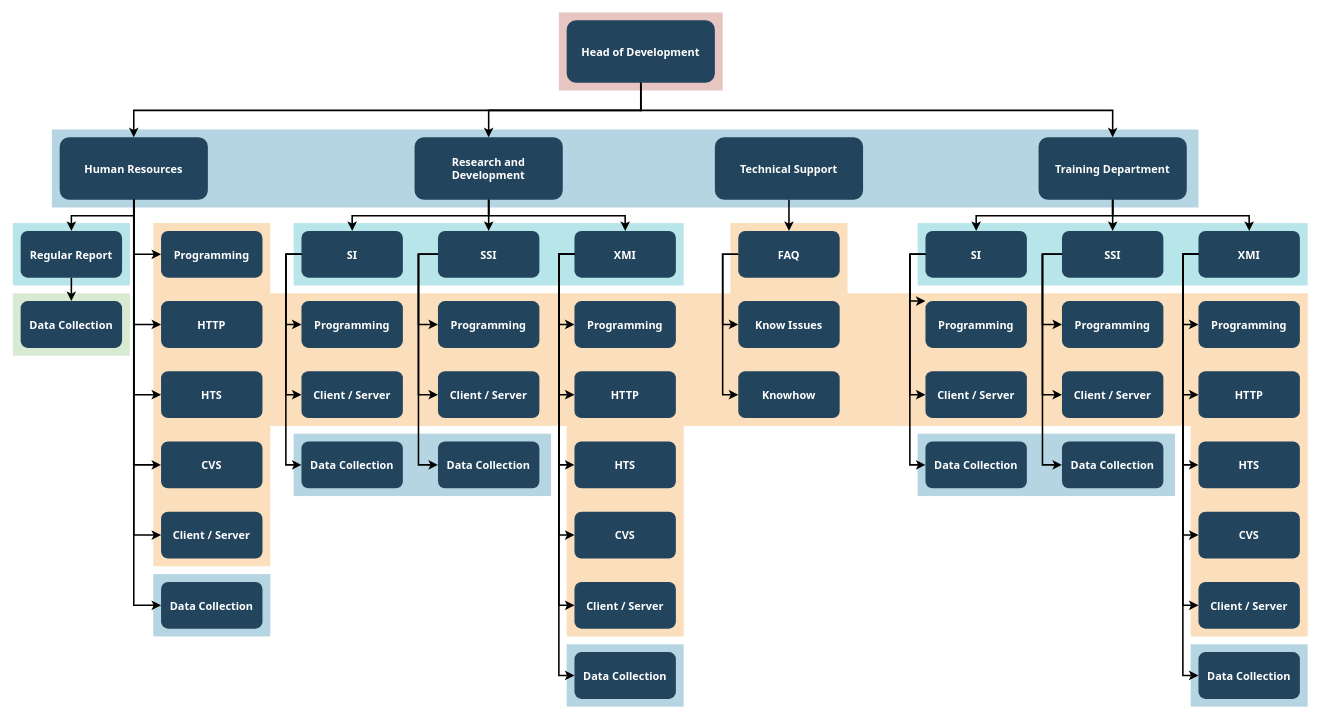
H0ngQuang/TTCS keeps this draw.io diagram as Biểu đồ không có tiêu đề.drawio. Above is the earlier version. Source tidied: cells renumbered, new cells numbered last; positions are measured from the earlier drawing's top-left corner, leaving out a move shared by most shapes. Both pictures are drawn from the tidied source at 78%, with x=0, y=0 at pixel (12, 12).
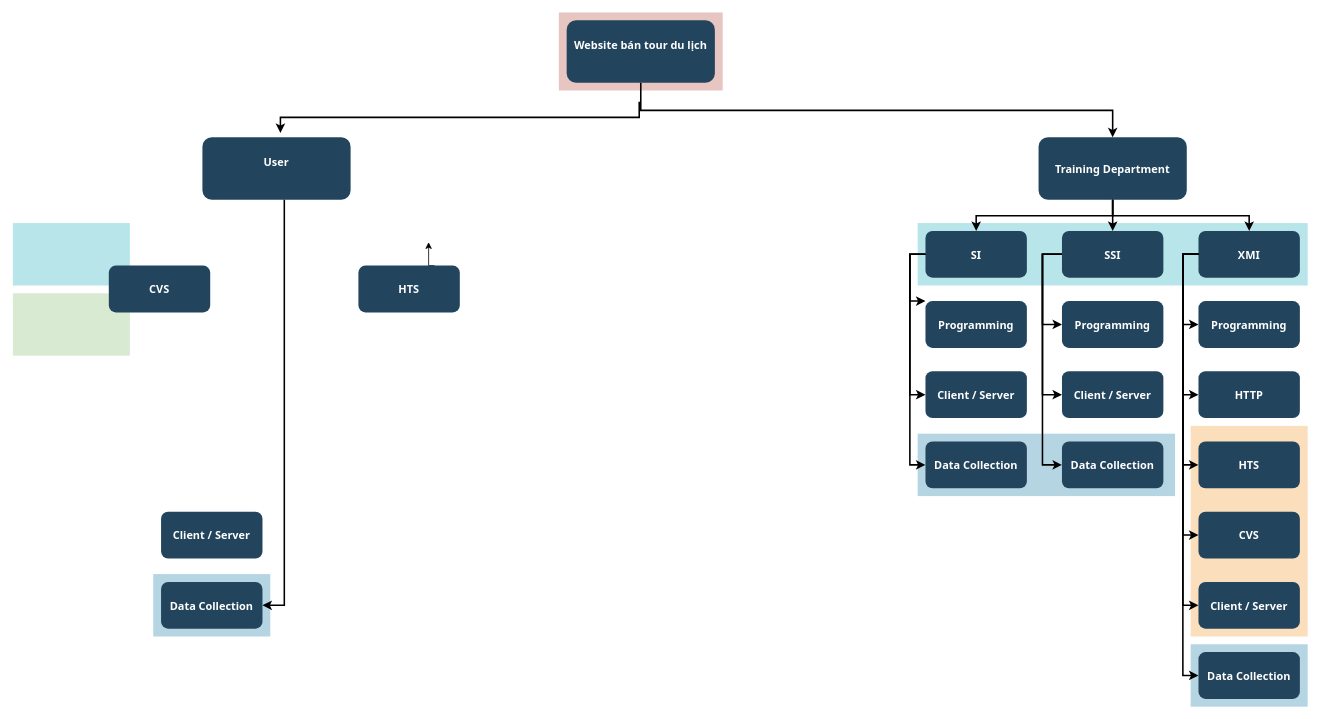
Above is the later version.

Commit message:
Cập nhật Biểu đồ không có tiêu đề.drawio

Unchanged cells that the change refers to:
```xml
<mxCell id="30" value="Client / Server" style="rounded=1;fillColor=#23445D;gradientColor=none;strokeColor=none;fontColor=#FFFFFF;fontStyle=1;fontFamily=Tahoma;fontSize=14;" parent="1" vertex="1">
  <mxGeometry x="190" y="639.5" width="130" height="60" as="geometry" />
</mxCell>
<mxCell id="31" value="Data Collection" style="rounded=1;fillColor=#23445D;gradientColor=none;strokeColor=none;fontColor=#FFFFFF;fontStyle=1;fontFamily=Tahoma;fontSize=14;" parent="1" vertex="1">
  <mxGeometry x="190" y="729.5" width="130" height="60" as="geometry" />
</mxCell>
```

Diff of the diagram source:
```diff
@@
-    <mxCell id="3" style="fillColor=#10739E;strokeColor=none;opacity=30;" parent="1" vertex="1">
-      <mxGeometry x="50" y="149.5" width="1470" height="100" as="geometry" />
-    </mxCell>
@@
-    <mxCell id="5" style="fillColor=#F2931E;strokeColor=none;opacity=30;" parent="1" vertex="1">
-      <mxGeometry x="920" y="269.5" width="150" height="90" as="geometry" />
-    </mxCell>
-    <mxCell id="6" style="fillColor=#F2931E;strokeColor=none;opacity=30;" parent="1" vertex="1">
-      <mxGeometry x="710" y="529.5" width="150" height="270" as="geometry" />
-    </mxCell>
-    <mxCell id="7" style="fillColor=#F2931E;strokeColor=none;opacity=30;" parent="1" vertex="1">
-      <mxGeometry x="180" y="269.5" width="150" height="440" as="geometry" />
-    </mxCell>
-    <mxCell id="8" style="fillColor=#F2931E;strokeColor=none;opacity=30;" parent="1" vertex="1">
-      <mxGeometry x="330" y="359.5" width="1330" height="170" as="geometry" />
-    </mxCell>
@@
-    <mxCell id="11" style="fillColor=#10739E;strokeColor=none;opacity=30;" parent="1" vertex="1">
-      <mxGeometry x="710" y="809.5" width="150" height="80" as="geometry" />
-    </mxCell>
-    <mxCell id="12" style="fillColor=#10739E;strokeColor=none;opacity=30;" parent="1" vertex="1">
-      <mxGeometry x="360" y="539.5" width="330" height="80" as="geometry" />
-    </mxCell>
@@
-    <mxCell id="16" style="fillColor=#12AAB5;strokeColor=none;opacity=30;" parent="1" vertex="1">
-      <mxGeometry x="360" y="269.5" width="500" height="80" as="geometry" />
-    </mxCell>
@@
-    <mxCell id="18" value="Head of Development" style="rounded=1;fillColor=#23445D;gradientColor=none;strokeColor=none;fontColor=#FFFFFF;fontStyle=1;fontFamily=Tahoma;fontSize=14;" parent="1" vertex="1">
+    <mxCell id="18" value="Website bán tour du lịch&#10;" style="rounded=1;fillColor=#23445D;gradientColor=none;strokeColor=none;fontColor=#FFFFFF;fontStyle=1;fontFamily=Tahoma;fontSize=14;" parent="1" vertex="1">
       <mxGeometry x="710" y="9.5" width="190" height="80" as="geometry" />
     </mxCell>
@@
-    <mxCell id="21" value="Technical Support" style="rounded=1;fillColor=#23445D;gradientColor=none;strokeColor=none;fontColor=#FFFFFF;fontStyle=1;fontFamily=Tahoma;fontSize=14;" parent="1" vertex="1">
-      <mxGeometry x="900" y="159.5" width="190" height="80" as="geometry" />
-    </mxCell>
-    <mxCell id="22" value="Research and &#10;Development" style="rounded=1;fillColor=#23445D;gradientColor=none;strokeColor=none;fontColor=#FFFFFF;fontStyle=1;fontFamily=Tahoma;fontSize=14;" parent="1" vertex="1">
-      <mxGeometry x="515" y="159.5" width="190" height="80" as="geometry" />
-    </mxCell>
-    <mxCell id="23" value="Human Resources" style="rounded=1;fillColor=#23445D;gradientColor=none;strokeColor=none;fontColor=#FFFFFF;fontStyle=1;fontFamily=Tahoma;fontSize=14;" parent="1" vertex="1">
-      <mxGeometry x="60" y="159.5" width="190" height="80" as="geometry" />
+    <mxCell id="23" value="User&#10;" style="rounded=1;fillColor=#23445D;gradientColor=none;strokeColor=none;fontColor=#FFFFFF;fontStyle=1;fontFamily=Tahoma;fontSize=14;" parent="1" vertex="1">
+      <mxGeometry x="243" y="159.5" width="190" height="80" as="geometry" />
     </mxCell>
-    <mxCell id="24" value="Regular Report" style="rounded=1;fillColor=#23445D;gradientColor=none;strokeColor=none;fontColor=#FFFFFF;fontStyle=1;fontFamily=Tahoma;fontSize=14;" parent="1" vertex="1">
-      <mxGeometry x="10" y="279.5" width="130" height="60" as="geometry" />
-    </mxCell>
-    <mxCell id="25" value="Data Collection" style="rounded=1;fillColor=#23445D;gradientColor=none;strokeColor=none;fontColor=#FFFFFF;fontStyle=1;fontFamily=Tahoma;fontSize=14;" parent="1" vertex="1">
-      <mxGeometry x="10" y="369.5" width="130" height="60" as="geometry" />
-    </mxCell>
-    <mxCell id="26" value="Programming" style="rounded=1;fillColor=#23445D;gradientColor=none;strokeColor=none;fontColor=#FFFFFF;fontStyle=1;fontFamily=Tahoma;fontSize=14;" parent="1" vertex="1">
-      <mxGeometry x="190" y="279.5" width="130" height="60" as="geometry" />
-    </mxCell>
-    <mxCell id="27" value="HTTP" style="rounded=1;fillColor=#23445D;gradientColor=none;strokeColor=none;fontColor=#FFFFFF;fontStyle=1;fontFamily=Tahoma;fontSize=14;" parent="1" vertex="1">
-      <mxGeometry x="190" y="369.5" width="130" height="60" as="geometry" />
-    </mxCell>
+    <mxCell id="108" style="edgeStyle=orthogonalEdgeStyle;rounded=0;jettySize=auto;html=1;exitX=0.75;exitY=0;exitDx=0;exitDy=0;" parent="1" edge="1" source="28">
+      <mxGeometry relative="1" as="geometry">
+        <mxPoint x="533" y="294" as="targetPoint" />
+      </mxGeometry>
+    </mxCell>
     <mxCell id="28" value="HTS" style="rounded=1;fillColor=#23445D;gradientColor=none;strokeColor=none;fontColor=#FFFFFF;fontStyle=1;fontFamily=Tahoma;fontSize=14;" parent="1" vertex="1">
-      <mxGeometry x="190" y="459.5" width="130" height="60" as="geometry" />
+      <mxGeometry x="443" y="324" width="130" height="60" as="geometry" />
     </mxCell>
     <mxCell id="29" value="CVS" style="rounded=1;fillColor=#23445D;gradientColor=none;strokeColor=none;fontColor=#FFFFFF;fontStyle=1;fontFamily=Tahoma;fontSize=14;" parent="1" vertex="1">
-      <mxGeometry x="190" y="549.5" width="130" height="60" as="geometry" />
+      <mxGeometry x="123" y="324" width="130" height="60" as="geometry" />
     </mxCell>
@@
-    <mxCell id="32" value="SI" style="rounded=1;fillColor=#23445D;gradientColor=none;strokeColor=none;fontColor=#FFFFFF;fontStyle=1;fontFamily=Tahoma;fontSize=14;" parent="1" vertex="1">
-      <mxGeometry x="370" y="279.5" width="130" height="60" as="geometry" />
-    </mxCell>
-    <mxCell id="33" value="Programming" style="rounded=1;fillColor=#23445D;gradientColor=none;strokeColor=none;fontColor=#FFFFFF;fontStyle=1;fontFamily=Tahoma;fontSize=14;" parent="1" vertex="1">
-      <mxGeometry x="370" y="369.5" width="130" height="60" as="geometry" />
-    </mxCell>
-    <mxCell id="34" value="Client / Server" style="rounded=1;fillColor=#23445D;gradientColor=none;strokeColor=none;fontColor=#FFFFFF;fontStyle=1;fontFamily=Tahoma;fontSize=14;" parent="1" vertex="1">
-      <mxGeometry x="370" y="459.5" width="130" height="60" as="geometry" />
-    </mxCell>
-    <mxCell id="35" value="Data Collection" style="rounded=1;fillColor=#23445D;gradientColor=none;strokeColor=none;fontColor=#FFFFFF;fontStyle=1;fontFamily=Tahoma;fontSize=14;" parent="1" vertex="1">
-      <mxGeometry x="370" y="549.5" width="130" height="60" as="geometry" />
-    </mxCell>
-    <mxCell id="36" value="SSI" style="rounded=1;fillColor=#23445D;gradientColor=none;strokeColor=none;fontColor=#FFFFFF;fontStyle=1;fontFamily=Tahoma;fontSize=14;" parent="1" vertex="1">
-      <mxGeometry x="545" y="279.5" width="130" height="60" as="geometry" />
-    </mxCell>
-    <mxCell id="37" value="Programming" style="rounded=1;fillColor=#23445D;gradientColor=none;strokeColor=none;fontColor=#FFFFFF;fontStyle=1;fontFamily=Tahoma;fontSize=14;" parent="1" vertex="1">
-      <mxGeometry x="545" y="369.5" width="130" height="60" as="geometry" />
-    </mxCell>
-    <mxCell id="38" value="Client / Server" style="rounded=1;fillColor=#23445D;gradientColor=none;strokeColor=none;fontColor=#FFFFFF;fontStyle=1;fontFamily=Tahoma;fontSize=14;" parent="1" vertex="1">
-      <mxGeometry x="545" y="459.5" width="130" height="60" as="geometry" />
-    </mxCell>
-    <mxCell id="39" value="Data Collection" style="rounded=1;fillColor=#23445D;gradientColor=none;strokeColor=none;fontColor=#FFFFFF;fontStyle=1;fontFamily=Tahoma;fontSize=14;" parent="1" vertex="1">
-      <mxGeometry x="545" y="549.5" width="130" height="60" as="geometry" />
-    </mxCell>
-    <mxCell id="40" value="XMI" style="rounded=1;fillColor=#23445D;gradientColor=none;strokeColor=none;fontColor=#FFFFFF;fontStyle=1;fontFamily=Tahoma;fontSize=14;" parent="1" vertex="1">
-      <mxGeometry x="720" y="279.5" width="130" height="60" as="geometry" />
-    </mxCell>
-    <mxCell id="41" value="Programming" style="rounded=1;fillColor=#23445D;gradientColor=none;strokeColor=none;fontColor=#FFFFFF;fontStyle=1;fontFamily=Tahoma;fontSize=14;" parent="1" vertex="1">
-      <mxGeometry x="720" y="369.5" width="130" height="60" as="geometry" />
-    </mxCell>
-    <mxCell id="42" value="HTTP" style="rounded=1;fillColor=#23445D;gradientColor=none;strokeColor=none;fontColor=#FFFFFF;fontStyle=1;fontFamily=Tahoma;fontSize=14;" parent="1" vertex="1">
-      <mxGeometry x="720" y="459.5" width="130" height="60" as="geometry" />
-    </mxCell>
-    <mxCell id="43" value="HTS" style="rounded=1;fillColor=#23445D;gradientColor=none;strokeColor=none;fontColor=#FFFFFF;fontStyle=1;fontFamily=Tahoma;fontSize=14;" parent="1" vertex="1">
-      <mxGeometry x="720" y="549.5" width="130" height="60" as="geometry" />
-    </mxCell>
-    <mxCell id="44" value="CVS" style="rounded=1;fillColor=#23445D;gradientColor=none;strokeColor=none;fontColor=#FFFFFF;fontStyle=1;fontFamily=Tahoma;fontSize=14;" parent="1" vertex="1">
-      <mxGeometry x="720" y="639.5" width="130" height="60" as="geometry" />
-    </mxCell>
-    <mxCell id="45" value="Client / Server" style="rounded=1;fillColor=#23445D;gradientColor=none;strokeColor=none;fontColor=#FFFFFF;fontStyle=1;fontFamily=Tahoma;fontSize=14;" parent="1" vertex="1">
-      <mxGeometry x="720" y="729.5" width="130" height="60" as="geometry" />
-    </mxCell>
-    <mxCell id="46" value="Data Collection" style="rounded=1;fillColor=#23445D;gradientColor=none;strokeColor=none;fontColor=#FFFFFF;fontStyle=1;fontFamily=Tahoma;fontSize=14;" parent="1" vertex="1">
-      <mxGeometry x="720" y="819.5" width="130" height="60" as="geometry" />
-    </mxCell>
-    <mxCell id="47" value="FAQ" style="rounded=1;fillColor=#23445D;gradientColor=none;strokeColor=none;fontColor=#FFFFFF;fontStyle=1;fontFamily=Tahoma;fontSize=14;" parent="1" vertex="1">
-      <mxGeometry x="930" y="279.5" width="130" height="60" as="geometry" />
-    </mxCell>
-    <mxCell id="48" value="Know Issues" style="rounded=1;fillColor=#23445D;gradientColor=none;strokeColor=none;fontColor=#FFFFFF;fontStyle=1;fontFamily=Tahoma;fontSize=14;" parent="1" vertex="1">
-      <mxGeometry x="930" y="369.5" width="130" height="60" as="geometry" />
-    </mxCell>
-    <mxCell id="49" value="Knowhow" style="rounded=1;fillColor=#23445D;gradientColor=none;strokeColor=none;fontColor=#FFFFFF;fontStyle=1;fontFamily=Tahoma;fontSize=14;" parent="1" vertex="1">
-      <mxGeometry x="930" y="459.5" width="130" height="60" as="geometry" />
-    </mxCell>
@@
-    <mxCell id="65" style="edgeStyle=elbowEdgeStyle;elbow=vertical;strokeWidth=2;rounded=0;" parent="1" edge="1" source="18" target="22">
-      <mxGeometry x="347" y="225.5" as="geometry" />
-    </mxCell>
-    <mxCell id="66" style="edgeStyle=elbowEdgeStyle;elbow=vertical;strokeWidth=2;rounded=0;" parent="1" edge="1" source="18" target="23">
-      <mxGeometry x="-23" y="135.5" as="geometry" />
+    <mxCell id="66" style="edgeStyle=elbowEdgeStyle;elbow=vertical;strokeWidth=2;rounded=0;" parent="1" edge="1">
+      <mxGeometry x="-23" y="135.5" as="geometry">
+        <mxPoint x="803" y="114" as="sourcePoint" />
+        <mxPoint x="343" y="154" as="targetPoint" />
+      </mxGeometry>
     </mxCell>
-    <mxCell id="67" style="edgeStyle=elbowEdgeStyle;elbow=vertical;strokeWidth=2;rounded=0;" parent="1" edge="1" source="23" target="24">
-      <mxGeometry x="-23" y="135.5" as="geometry" />
-    </mxCell>
-    <mxCell id="68" style="edgeStyle=elbowEdgeStyle;elbow=horizontal;strokeWidth=2;rounded=0;" parent="1" edge="1" source="23" target="26">
-      <mxGeometry x="-23" y="135.5" as="geometry">
-        <Array as="points">
-          <mxPoint x="155" y="259.5" />
-        </Array>
-      </mxGeometry>
-    </mxCell>
-    <mxCell id="69" style="edgeStyle=elbowEdgeStyle;elbow=horizontal;strokeWidth=2;rounded=0;" parent="1" edge="1" source="23" target="27">
-      <mxGeometry x="-23" y="135.5" as="geometry">
-        <Array as="points">
-          <mxPoint x="155" y="299.5" />
-        </Array>
-      </mxGeometry>
-    </mxCell>
-    <mxCell id="70" style="edgeStyle=elbowEdgeStyle;elbow=horizontal;strokeWidth=2;rounded=0;" parent="1" edge="1" source="23" target="28">
-      <mxGeometry x="-23" y="135.5" as="geometry">
-        <Array as="points">
-          <mxPoint x="155" y="349.5" />
-        </Array>
-      </mxGeometry>
-    </mxCell>
-    <mxCell id="71" style="edgeStyle=elbowEdgeStyle;elbow=horizontal;strokeWidth=2;rounded=0;" parent="1" edge="1" source="23" target="29">
-      <mxGeometry x="-23" y="135.5" as="geometry">
-        <Array as="points">
-          <mxPoint x="155" y="399.5" />
-        </Array>
-      </mxGeometry>
-    </mxCell>
-    <mxCell id="72" style="edgeStyle=elbowEdgeStyle;elbow=horizontal;strokeWidth=2;rounded=0;" parent="1" edge="1" source="23" target="30">
-      <mxGeometry x="-23" y="135.5" as="geometry">
-        <Array as="points">
-          <mxPoint x="155" y="439.5" />
-        </Array>
-      </mxGeometry>
-    </mxCell>
     <mxCell id="73" style="edgeStyle=elbowEdgeStyle;elbow=horizontal;strokeWidth=2;rounded=0;" parent="1" edge="1" source="23" target="31">
       <mxGeometry x="-23" y="135.5" as="geometry">
         <Array as="points">
+          <mxPoint x="348" y="254" />
           <mxPoint x="155" y="489.5" />
         </Array>
       </mxGeometry>
     </mxCell>
-    <mxCell id="74" style="edgeStyle=elbowEdgeStyle;elbow=horizontal;strokeWidth=2;rounded=0;" parent="1" edge="1" source="32" target="33">
-      <mxGeometry x="-23" y="135.5" as="geometry">
-        <Array as="points">
-          <mxPoint x="350" y="359.5" />
-        </Array>
-      </mxGeometry>
-    </mxCell>
-    <mxCell id="75" style="edgeStyle=elbowEdgeStyle;elbow=horizontal;strokeWidth=2;rounded=0;" parent="1" edge="1" source="32" target="34">
-      <mxGeometry x="-23" y="135.5" as="geometry">
-        <Array as="points">
-          <mxPoint x="350" y="399.5" />
-        </Array>
-      </mxGeometry>
-    </mxCell>
-    <mxCell id="76" style="edgeStyle=elbowEdgeStyle;elbow=horizontal;strokeWidth=2;rounded=0;" parent="1" edge="1" source="32" target="35">
-      <mxGeometry x="-23" y="135.5" as="geometry">
-        <Array as="points">
-          <mxPoint x="350" y="439.5" />
-        </Array>
-      </mxGeometry>
-    </mxCell>
-    <mxCell id="77" style="edgeStyle=elbowEdgeStyle;elbow=horizontal;strokeWidth=2;rounded=0;" parent="1" edge="1" source="36" target="37">
-      <mxGeometry x="-23" y="135.5" as="geometry">
-        <Array as="points">
-          <mxPoint x="520" y="359.5" />
-        </Array>
-      </mxGeometry>
-    </mxCell>
-    <mxCell id="78" style="edgeStyle=elbowEdgeStyle;elbow=horizontal;strokeWidth=2;rounded=0;" parent="1" edge="1" source="36" target="38">
-      <mxGeometry x="-23" y="135.5" as="geometry">
-        <Array as="points">
-          <mxPoint x="520" y="399.5" />
-        </Array>
-      </mxGeometry>
-    </mxCell>
-    <mxCell id="79" style="edgeStyle=elbowEdgeStyle;elbow=horizontal;strokeWidth=2;rounded=0;" parent="1" edge="1" source="36" target="39">
-      <mxGeometry x="-23" y="135.5" as="geometry">
-        <Array as="points">
-          <mxPoint x="520" y="439.5" />
-        </Array>
-      </mxGeometry>
-    </mxCell>
-    <mxCell id="80" style="edgeStyle=elbowEdgeStyle;elbow=horizontal;strokeWidth=2;rounded=0;" parent="1" edge="1" source="40" target="41">
-      <mxGeometry x="-23" y="135.5" as="geometry">
-        <Array as="points">
-          <mxPoint x="700" y="359.5" />
-        </Array>
-      </mxGeometry>
-    </mxCell>
-    <mxCell id="81" style="edgeStyle=elbowEdgeStyle;elbow=horizontal;strokeWidth=2;rounded=0;" parent="1" edge="1" source="40" target="42">
-      <mxGeometry x="-23" y="135.5" as="geometry">
-        <Array as="points">
-          <mxPoint x="700" y="399.5" />
-        </Array>
-      </mxGeometry>
-    </mxCell>
-    <mxCell id="82" style="edgeStyle=elbowEdgeStyle;elbow=horizontal;strokeWidth=2;rounded=0;" parent="1" edge="1" source="40" target="43">
-      <mxGeometry x="-23" y="135.5" as="geometry">
-        <Array as="points">
-          <mxPoint x="700" y="449.5" />
-        </Array>
-      </mxGeometry>
-    </mxCell>
-    <mxCell id="83" style="edgeStyle=elbowEdgeStyle;elbow=horizontal;strokeWidth=2;rounded=0;" parent="1" edge="1" source="40" target="44">
-      <mxGeometry x="-23" y="135.5" as="geometry">
-        <Array as="points">
-          <mxPoint x="700" y="489.5" />
-        </Array>
-      </mxGeometry>
-    </mxCell>
-    <mxCell id="84" style="edgeStyle=elbowEdgeStyle;elbow=horizontal;strokeWidth=2;rounded=0;" parent="1" edge="1" source="40" target="45">
-      <mxGeometry x="-23" y="135.5" as="geometry">
-        <Array as="points">
-          <mxPoint x="700" y="529.5" />
-        </Array>
-      </mxGeometry>
-    </mxCell>
-    <mxCell id="85" style="edgeStyle=elbowEdgeStyle;elbow=horizontal;strokeWidth=2;rounded=0;" parent="1" edge="1" source="40" target="46">
-      <mxGeometry x="-23" y="135.5" as="geometry">
-        <Array as="points">
-          <mxPoint x="700" y="579.5" />
-        </Array>
-      </mxGeometry>
-    </mxCell>
-    <mxCell id="86" style="edgeStyle=elbowEdgeStyle;elbow=horizontal;strokeWidth=2;rounded=0;" parent="1" edge="1" source="47" target="48">
-      <mxGeometry x="-23" y="135.5" as="geometry">
-        <Array as="points">
-          <mxPoint x="910" y="359.5" />
-        </Array>
-      </mxGeometry>
-    </mxCell>
-    <mxCell id="87" style="edgeStyle=elbowEdgeStyle;elbow=horizontal;strokeWidth=2;rounded=0;" parent="1" edge="1" source="47" target="49">
-      <mxGeometry x="-23" y="135.5" as="geometry">
-        <Array as="points">
-          <mxPoint x="910" y="409.5" />
-        </Array>
-      </mxGeometry>
-    </mxCell>
@@
-    <mxCell id="100" style="edgeStyle=elbowEdgeStyle;elbow=vertical;strokeWidth=2;rounded=0;" parent="1" edge="1" source="22" target="32">
-      <mxGeometry x="-23" y="135.5" as="geometry" />
-    </mxCell>
-    <mxCell id="101" style="edgeStyle=elbowEdgeStyle;elbow=vertical;strokeWidth=2;rounded=0;" parent="1" edge="1" source="22" target="36">
-      <mxGeometry x="-23" y="135.5" as="geometry" />
-    </mxCell>
-    <mxCell id="102" style="edgeStyle=elbowEdgeStyle;elbow=vertical;strokeWidth=2;rounded=0;" parent="1" edge="1" source="22" target="40">
-      <mxGeometry x="-23" y="135.5" as="geometry" />
-    </mxCell>
-    <mxCell id="103" style="edgeStyle=elbowEdgeStyle;elbow=vertical;strokeWidth=2;rounded=0;" parent="1" edge="1" source="21" target="47">
-      <mxGeometry x="-23" y="135.5" as="geometry" />
-    </mxCell>
@@
-    <mxCell id="107" style="edgeStyle=elbowEdgeStyle;elbow=vertical;rounded=0;strokeWidth=2;" parent="1" edge="1" source="24" target="25">
-      <mxGeometry x="-23" y="135.5" as="geometry" />
-    </mxCell>
```
